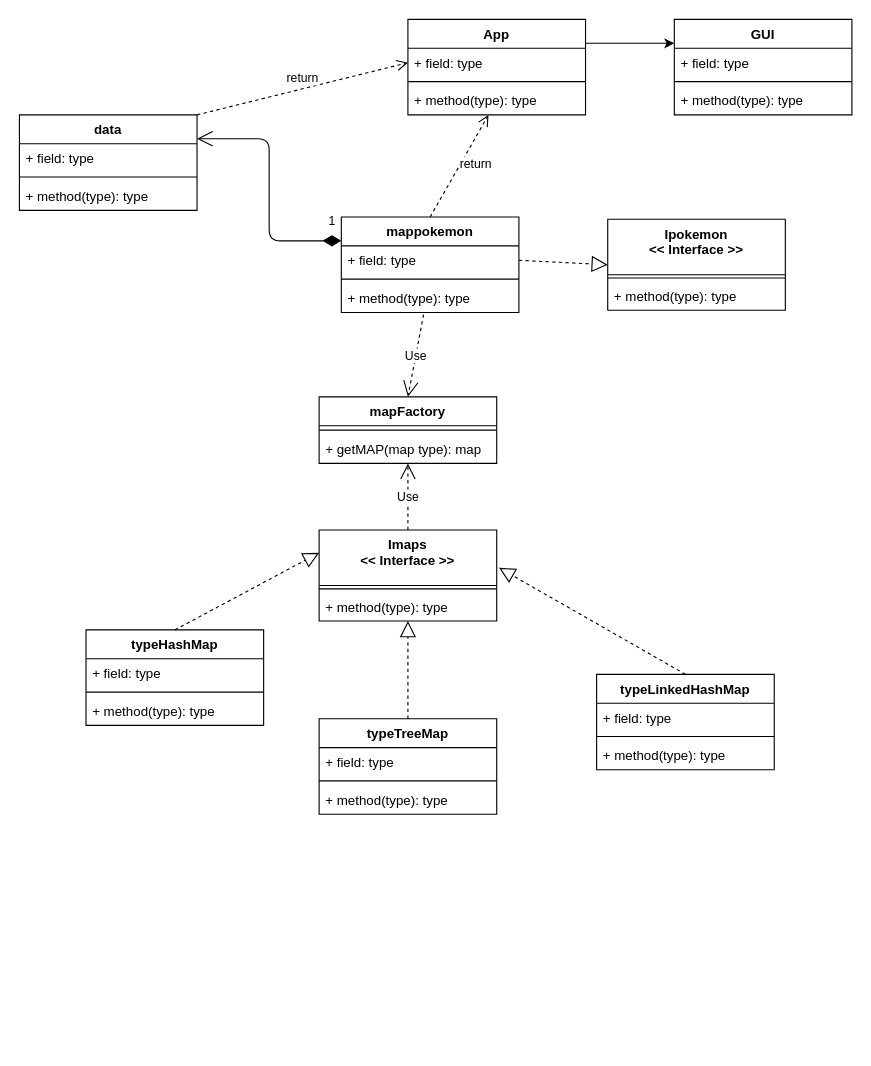
Above: hojaTrabajo6/Analysis/ULM.drawio in adrianArimany/CC2016_Hojas_trabajos (draw.io), before the change. Source tidied: cells renumbered, new cells numbered last; positions are measured from the earlier drawing's top-left corner, leaving out a move shared by most shapes. Both pictures are drawn from the tidied source at 111%, with x=0, y=0 at pixel (19, 19).
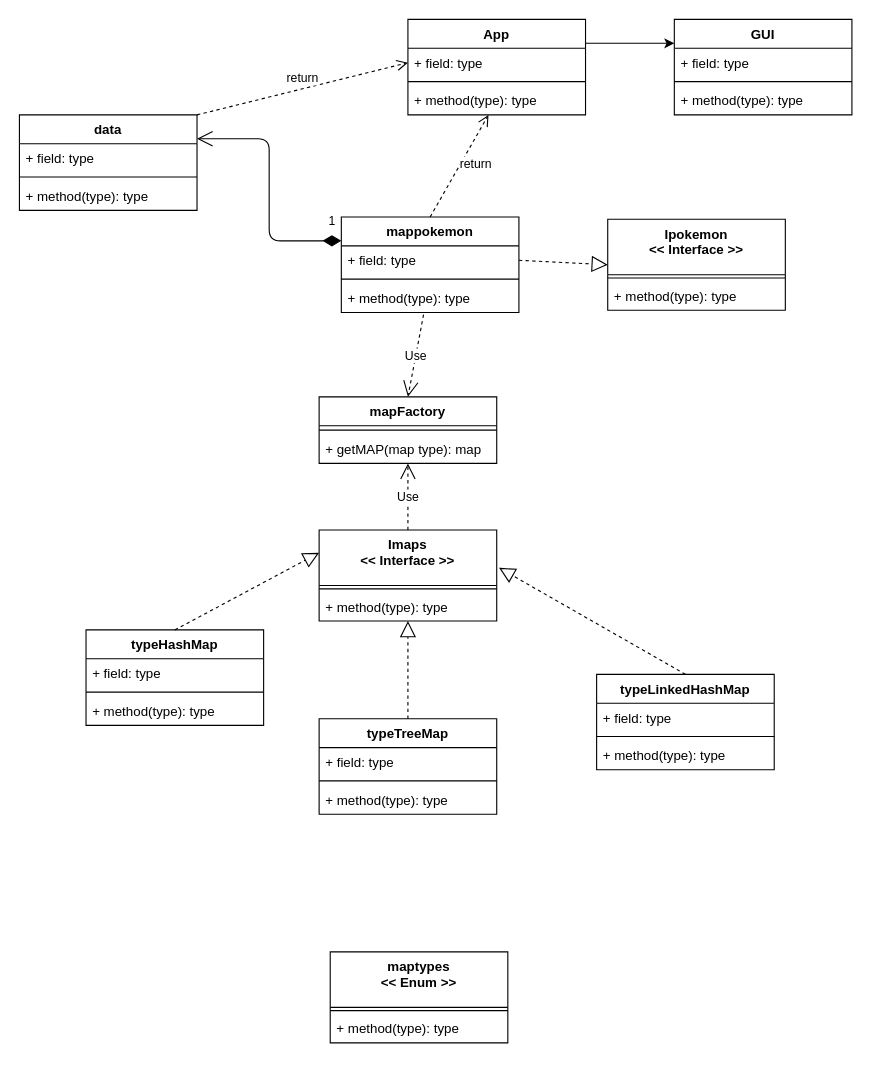
Above is the later version.

Diff of the diagram source:
```diff
@@
+    <mxCell id="49" value="maptypes&#10;&lt;&lt; Enum &gt;&gt;" style="swimlane;fontStyle=1;align=center;verticalAlign=top;horizontal=1;startSize=50;" parent="1" vertex="1">
+      <mxGeometry x="280" y="840" width="160" height="82" as="geometry" />
+    </mxCell>
+    <mxCell id="50" style="line;strokeWidth=1;fillColor=none;align=left;verticalAlign=middle;spacingTop=-1;spacingLeft=3;spacingRight=3;labelPosition=right;strokeColor=inherit;" parent="49" vertex="1">
+      <mxGeometry y="50" width="160" height="6" as="geometry" />
+    </mxCell>
+    <mxCell id="51" value="+ method(type): type" style="text;strokeColor=none;fillColor=none;align=left;verticalAlign=top;spacingLeft=4;spacingRight=4;overflow=hidden;" parent="49" vertex="1">
+      <mxGeometry y="56" width="160" height="26" as="geometry" />
+    </mxCell>
```
